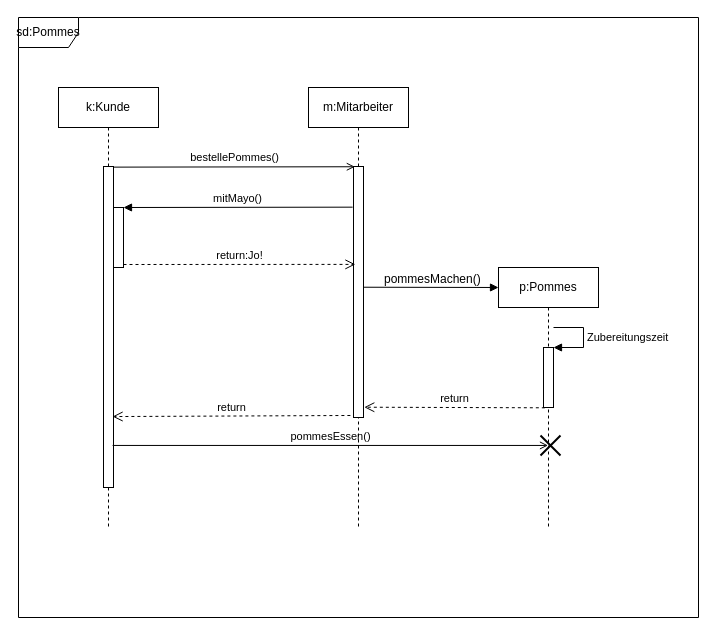
This is 03_UML_Sequenzdiagramm.drawio from 05-FUEM-I-ComCaveDD/01_UML_Diagramme, a draw.io file, before an edit. Source tidied: cells renumbered, new cells numbered last; positions are measured from the earlier drawing's top-left corner, leaving out a move shared by most shapes. Both pictures are drawn from the tidied source at 100%, with x=0, y=0 at pixel (18, 17).
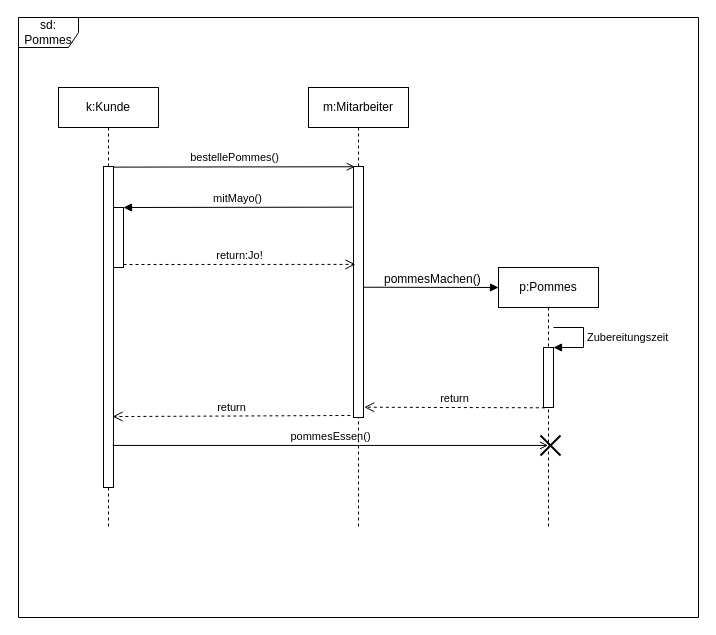
After the change.

Diff of the diagram source:
```diff
@@
-    <mxCell id="2" value="sd:Pommes" style="shape=umlFrame;whiteSpace=wrap;html=1;" parent="1" vertex="1">
+    <mxCell id="2" value="sd:&lt;br&gt;Pommes&lt;br&gt;" style="shape=umlFrame;whiteSpace=wrap;html=1;" parent="1" vertex="1">
       <mxGeometry width="680" height="600" as="geometry" />
     </mxCell>
```
